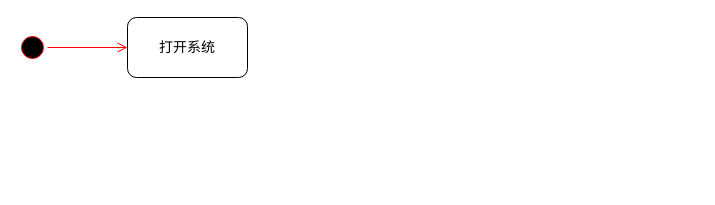
This is 功能模块活动关系图.drawio from Chuhan1112/Chuhan1112.github.io, a draw.io file, before an edit. Source tidied: cells renumbered, new cells numbered last; positions are measured from the earlier drawing's top-left corner, leaving out a move shared by most shapes. Both pictures are drawn from the tidied source at 100%, with x=0, y=0 at pixel (17, 17).
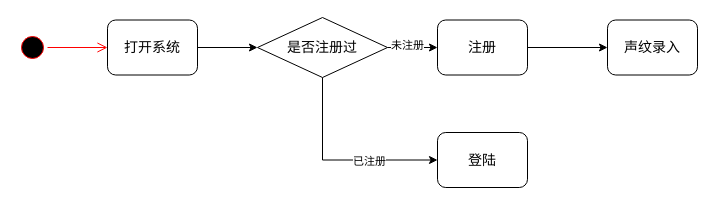
After the change.

Commit message (it also covers changes not shown here):
更新功能模块活动关系图.drawio

Change to the diagram source:
```diff
@@
 <mxGraphModel>
   <root>
     <mxCell id="0" />
     <mxCell id="1" parent="0" />
     <mxCell id="2" style="ellipse;html=1;shape=startState;fillColor=#000000;strokeColor=#ff0000;" parent="1" vertex="1">
       <mxGeometry y="15" width="30" height="30" as="geometry" />
     </mxCell>
     <mxCell id="3" style="edgeStyle=orthogonalEdgeStyle;html=1;verticalAlign=bottom;endArrow=open;endSize=8;strokeColor=#ff0000;rounded=0;entryX=0;entryY=0.5;entryDx=0;entryDy=0;" parent="1" edge="1" source="2" target="4">
       <mxGeometry relative="1" as="geometry" />
     </mxCell>
+    <mxCell id="5" style="edgeStyle=orthogonalEdgeStyle;rounded=0;jettySize=auto;html=1;exitX=1;exitY=0.5;exitDx=0;exitDy=0;entryX=0;entryY=0.5;entryDx=0;entryDy=0;" parent="1" edge="1" source="4" target="10">
+      <mxGeometry relative="1" as="geometry" />
+    </mxCell>
     <mxCell id="4" value="&lt;font style=&quot;font-size: 14px;&quot; face=&quot;Lucida Console&quot;&gt;打开系统&lt;/font&gt;" style="rounded=1;whiteSpace=wrap;html=1;" parent="1" vertex="1">
-      <mxGeometry x="110" width="120" height="60" as="geometry" />
+      <mxGeometry x="90" y="2.5" width="90" height="55" as="geometry" />
     </mxCell>
+    <mxCell id="6" style="edgeStyle=orthogonalEdgeStyle;rounded=0;jettySize=auto;html=1;exitX=1;exitY=0.5;exitDx=0;exitDy=0;entryX=0;entryY=0.5;entryDx=0;entryDy=0;" parent="1" edge="1" source="10" target="12">
+      <mxGeometry relative="1" as="geometry" />
+    </mxCell>
+    <mxCell id="7" value="未注册" style="edgeLabel;html=1;align=center;verticalAlign=middle;" parent="6" vertex="1">
+      <mxGeometry x="-0.24" y="3" relative="1" as="geometry" />
+    </mxCell>
+    <mxCell id="8" style="edgeStyle=orthogonalEdgeStyle;rounded=0;jettySize=auto;html=1;exitX=0.5;exitY=1;exitDx=0;exitDy=0;entryX=0;entryY=0.5;entryDx=0;entryDy=0;" parent="1" edge="1" source="10" target="14">
+      <mxGeometry relative="1" as="geometry" />
+    </mxCell>
+    <mxCell id="9" value="已注册" style="edgeLabel;html=1;align=center;verticalAlign=middle;" parent="8" vertex="1">
+      <mxGeometry x="0.31" relative="1" as="geometry">
+        <mxPoint y="1" as="offset" />
+      </mxGeometry>
+    </mxCell>
+    <mxCell id="10" value="&lt;font style=&quot;font-size: 14px;&quot; face=&quot;Lucida Console&quot;&gt;是否注册过&lt;/font&gt;" style="rhombus;whiteSpace=wrap;html=1;" parent="1" vertex="1">
+      <mxGeometry x="240" width="130" height="60" as="geometry" />
+    </mxCell>
+    <mxCell id="11" style="edgeStyle=orthogonalEdgeStyle;rounded=0;jettySize=auto;html=1;exitX=1;exitY=0.5;exitDx=0;exitDy=0;entryX=0;entryY=0.5;entryDx=0;entryDy=0;" parent="1" edge="1" source="12" target="13">
+      <mxGeometry relative="1" as="geometry" />
+    </mxCell>
+    <mxCell id="12" value="&lt;font face=&quot;Lucida Console&quot;&gt;&lt;span style=&quot;font-size: 14px;&quot;&gt;注册&lt;/span&gt;&lt;/font&gt;" style="rounded=1;whiteSpace=wrap;html=1;" parent="1" vertex="1">
+      <mxGeometry x="420" y="2.5" width="90" height="55" as="geometry" />
+    </mxCell>
+    <mxCell id="13" value="&lt;font face=&quot;Lucida Console&quot;&gt;&lt;span style=&quot;font-size: 14px;&quot;&gt;声纹录入&lt;/span&gt;&lt;/font&gt;" style="rounded=1;whiteSpace=wrap;html=1;" parent="1" vertex="1">
+      <mxGeometry x="590" y="2.5" width="90" height="55" as="geometry" />
+    </mxCell>
+    <mxCell id="14" value="&lt;font face=&quot;Lucida Console&quot;&gt;&lt;span style=&quot;font-size: 14px;&quot;&gt;登陆&lt;/span&gt;&lt;/font&gt;" style="rounded=1;whiteSpace=wrap;html=1;" parent="1" vertex="1">
+      <mxGeometry x="420" y="115" width="90" height="55" as="geometry" />
+    </mxCell>
   </root>
 </mxGraphModel>
```
